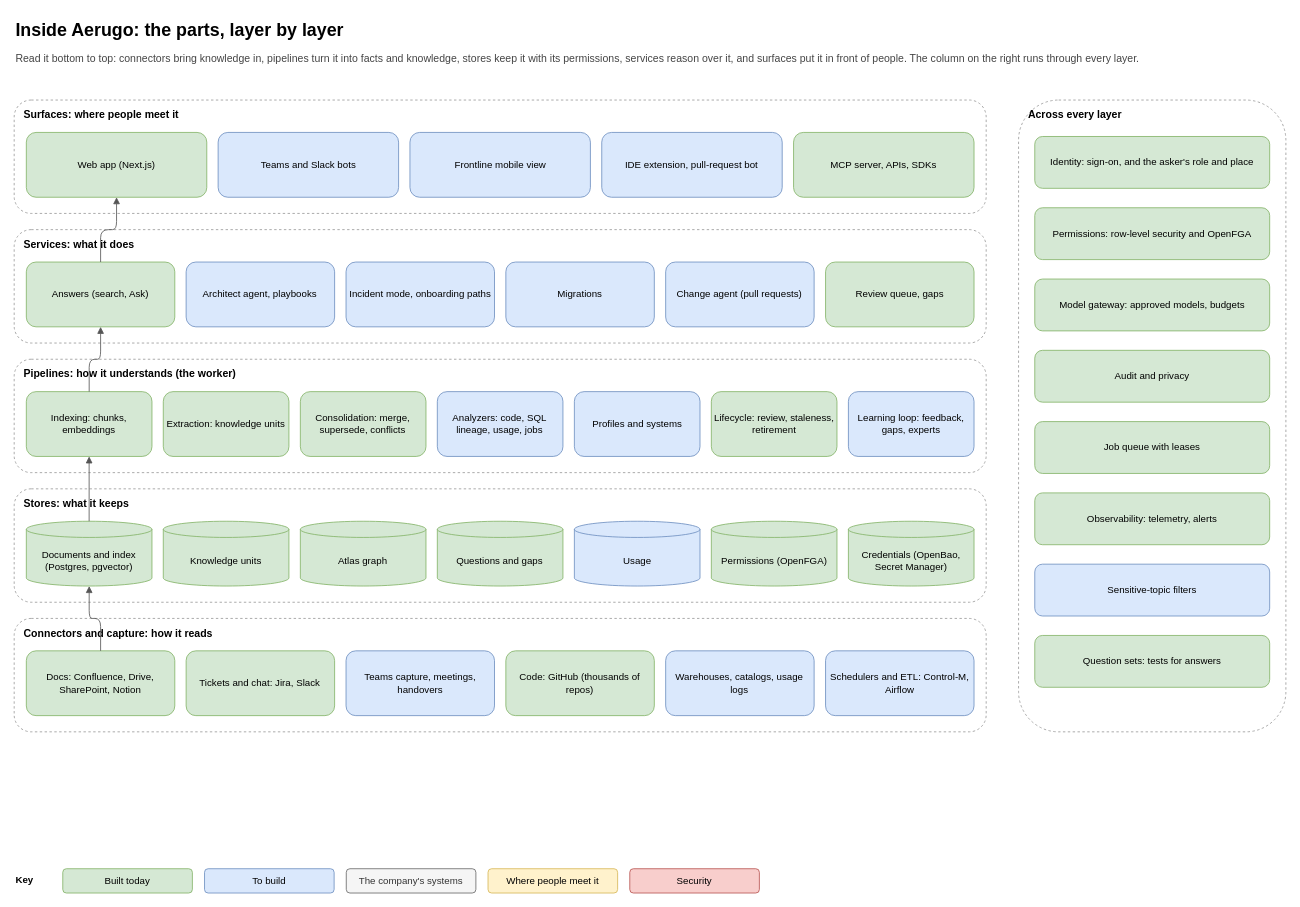
The draw.io diagram page "2. Components" (2 of 10) of docs/architecture/aerugo-architecture.drawio in aerugo-hq/aerugo-self-host, before the edit. Source tidied: cells renumbered, new cells numbered last; positions are measured from the earlier drawing's top-left corner, leaving out a move shared by most shapes. Both pictures are drawn from the tidied source at 81%, with x=0, y=0 at pixel (14, 14).
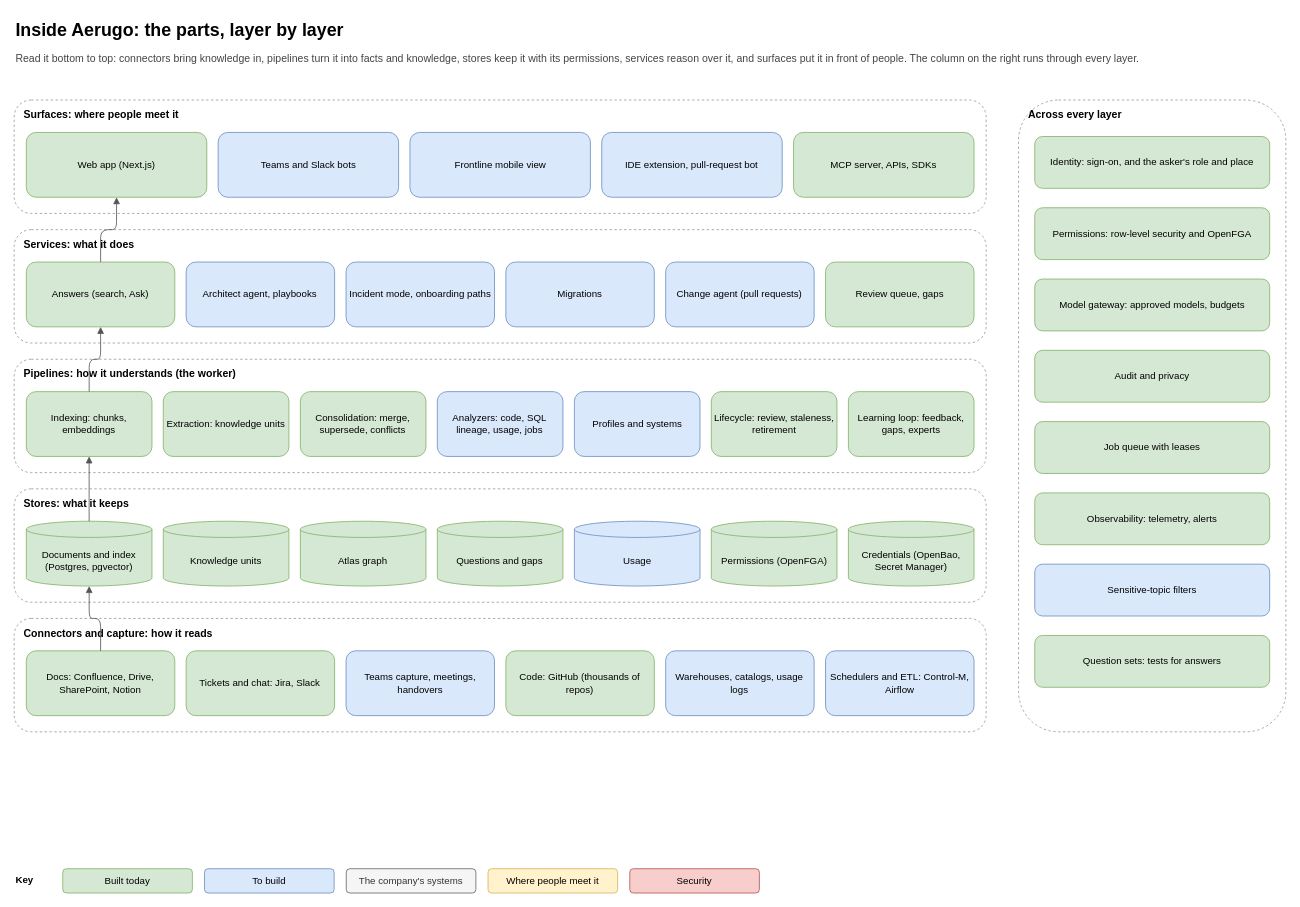
After the change.

Commit message (it also covers changes not shown here):
F5b: the plan's F5 ticked and the diagram's learning loop built

Diff of the diagram source:
```diff
@@
-    <mxCell id="24" value="Learning loop: feedback, gaps, experts" style="rounded=1;whiteSpace=wrap;html=1;fillColor=#dae8fc;strokeColor=#6c8ebf;fontSize=12;" parent="1" vertex="1">
+    <mxCell id="24" value="Learning loop: feedback, gaps, experts" style="rounded=1;whiteSpace=wrap;html=1;fillColor=#d5e8d4;strokeColor=#82b366;fontSize=12;" parent="1" vertex="1">
       <mxGeometry x="1029.9" y="466" width="155.1" height="80" as="geometry" />
     </mxCell>
```
